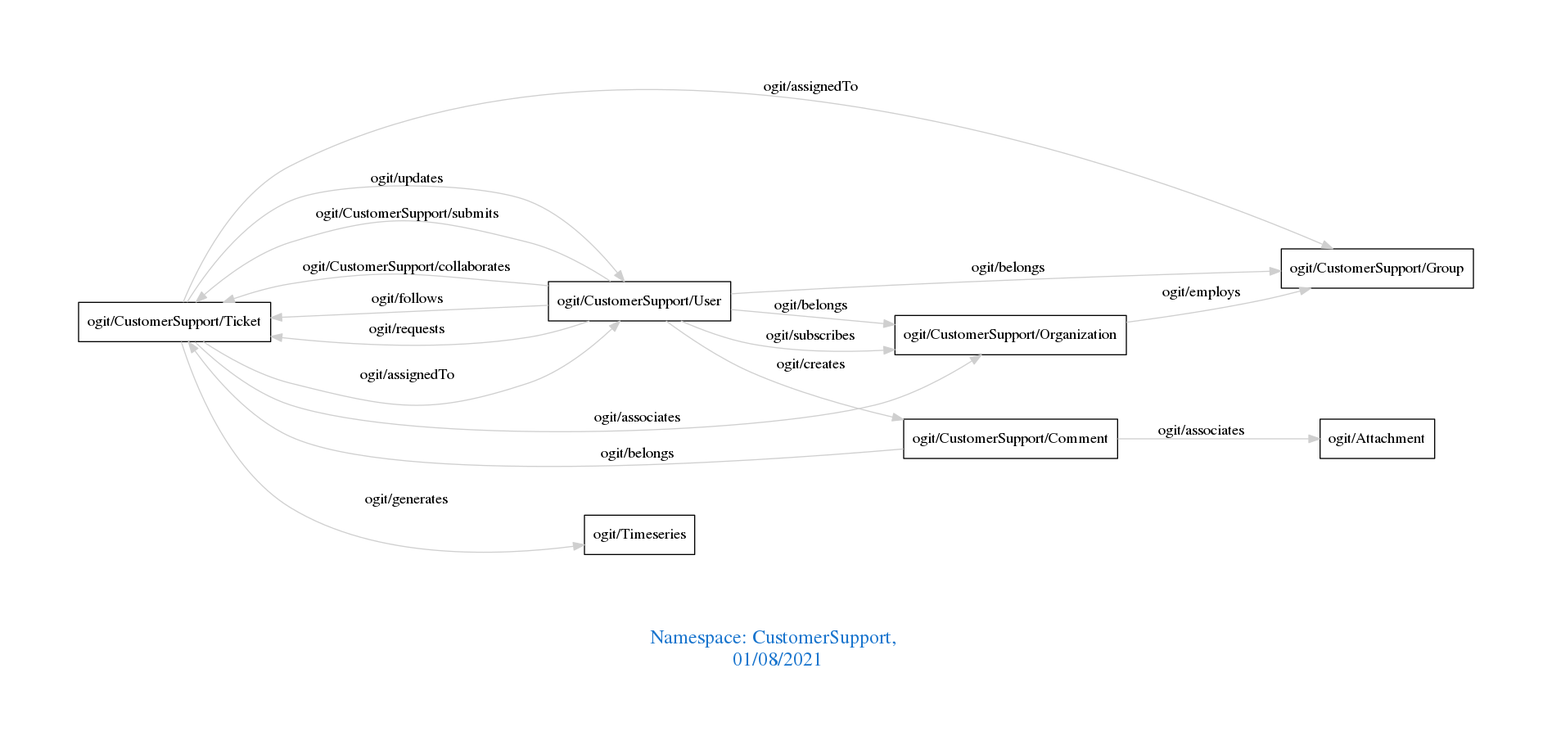
The Graphviz diagram downloads/CustomerSupport.png in arago/OGIT, before a commit. Its source is kept beside it as downloads/CustomerSupport.dot.
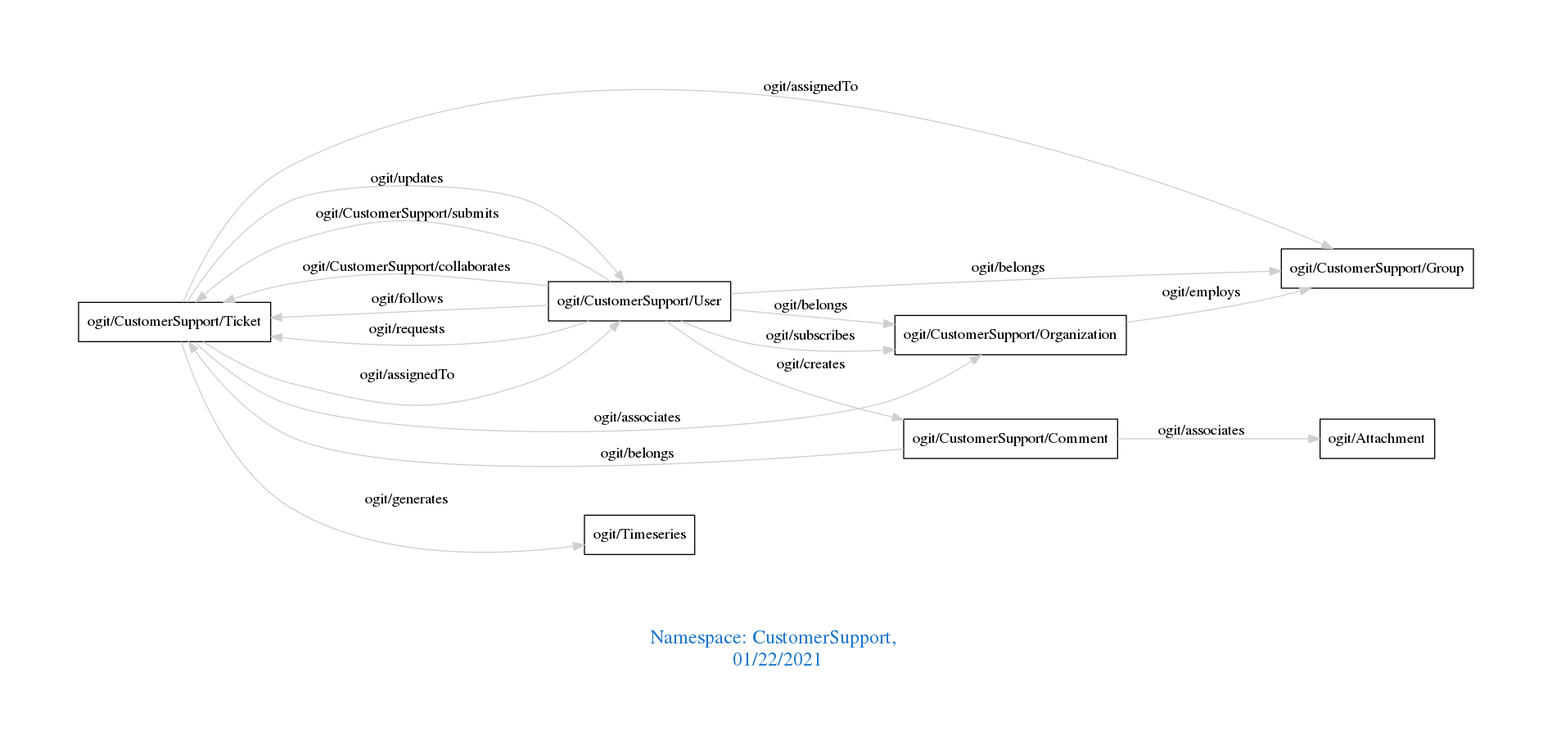
Later version of the same file.

The edit, as a diff of the source:
```diff
@@ -1,7 +1,7 @@
 digraph OGIT_ontology {
  graph [ rankdir= LR,pad=1
 fontsize = 18,
-fontcolor= dodgerblue3,label = "\n\n\nNamespace: CustomerSupport, \n 01/08/2021"];
+fontcolor= dodgerblue3,label = "\n\n\nNamespace: CustomerSupport, \n 01/22/2021"];
 node[shape=polygon];
 edge [  color="gray81"];
 
```
